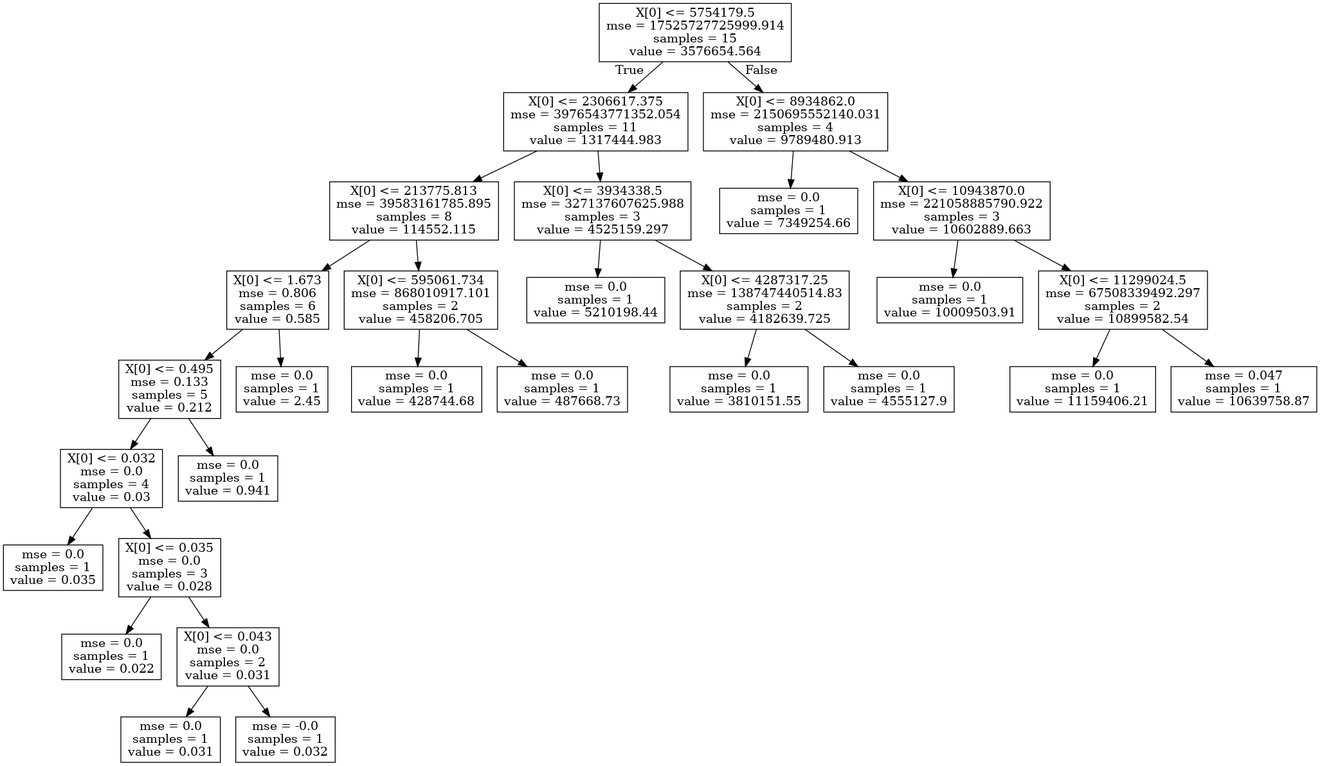
Dimitrios-Mourtzilas/Business-Strategy keeps this Graphviz diagram as dot_tree.png. Above is the earlier version. Its source is kept beside it as dot_tree.dot.
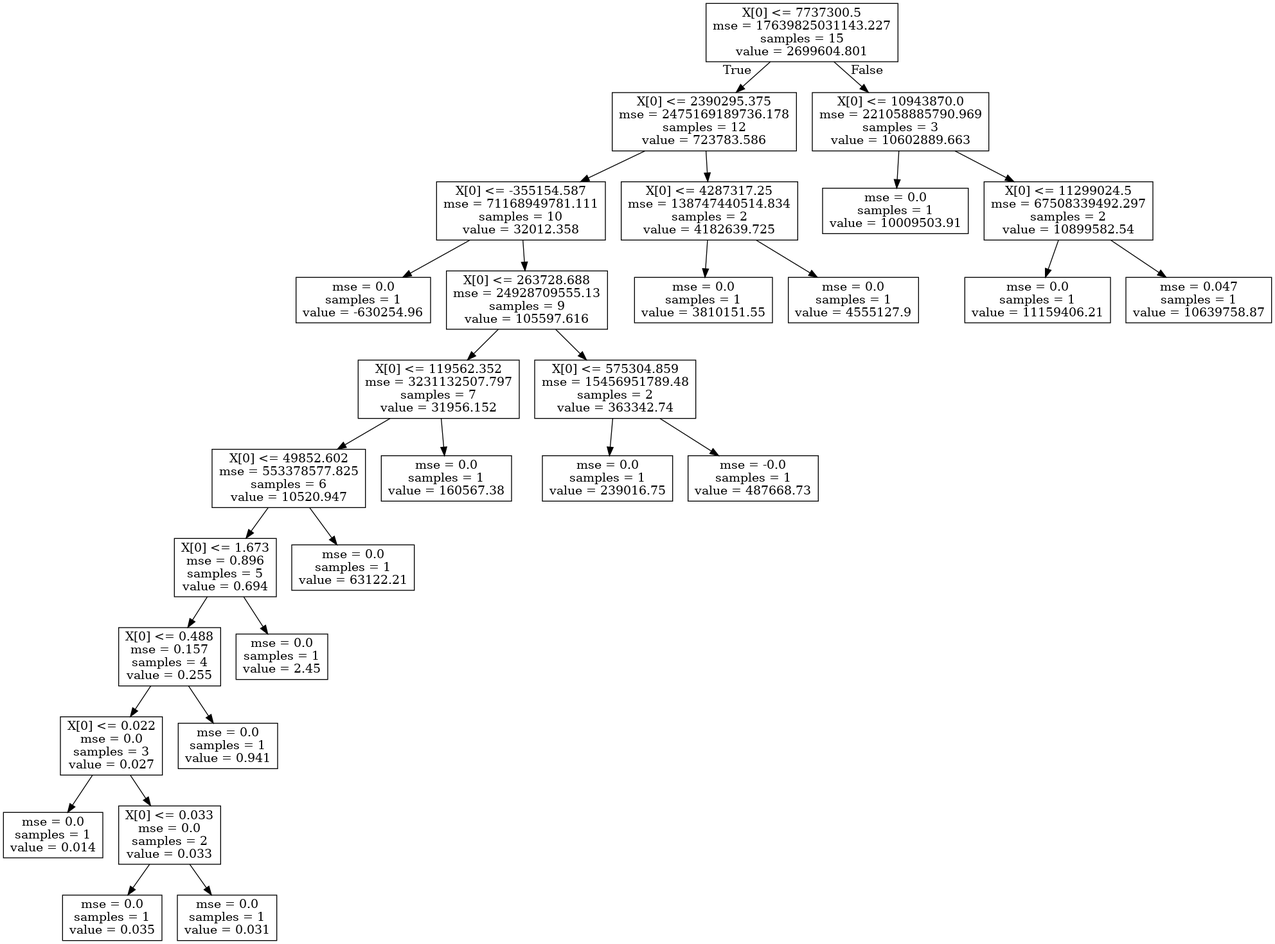
After the change.

What changed in the source:
```diff
@@ -1,54 +1,54 @@
 digraph Tree {
 node [shape=box] ;
-0 [label="X[0] <= 5754179.5\nmse = 17525727725999.914\nsamples = 15\nvalue = 3576654.564"] ;
-1 [label="X[0] <= 2306617.375\nmse = 3976543771352.054\nsamples = 11\nvalue = 1317444.983"] ;
+0 [label="X[0] <= 7737300.5\nmse = 17639825031143.227\nsamples = 15\nvalue = 2699604.801"] ;
+1 [label="X[0] <= 2390295.375\nmse = 2475169189736.178\nsamples = 12\nvalue = 723783.586"] ;
 0 -> 1 [labeldistance=2.5, labelangle=45, headlabel="True"] ;
-2 [label="X[0] <= 213775.813\nmse = 39583161785.895\nsamples = 8\nvalue = 114552.115"] ;
+2 [label="X[0] <= -355154.587\nmse = 71168949781.111\nsamples = 10\nvalue = 32012.358"] ;
 1 -> 2 ;
-3 [label="X[0] <= 1.673\nmse = 0.806\nsamples = 6\nvalue = 0.585"] ;
+3 [label="mse = 0.0\nsamples = 1\nvalue = -630254.96"] ;
 2 -> 3 ;
-4 [label="X[0] <= 0.495\nmse = 0.133\nsamples = 5\nvalue = 0.212"] ;
-3 -> 4 ;
-5 [label="X[0] <= 0.032\nmse = 0.0\nsamples = 4\nvalue = 0.03"] ;
+4 [label="X[0] <= 263728.688\nmse = 24928709555.13\nsamples = 9\nvalue = 105597.616"] ;
+2 -> 4 ;
+5 [label="X[0] <= 119562.352\nmse = 3231132507.797\nsamples = 7\nvalue = 31956.152"] ;
 4 -> 5 ;
-6 [label="mse = 0.0\nsamples = 1\nvalue = 0.035"] ;
+6 [label="X[0] <= 49852.602\nmse = 553378577.825\nsamples = 6\nvalue = 10520.947"] ;
 5 -> 6 ;
-7 [label="X[0] <= 0.035\nmse = 0.0\nsamples = 3\nvalue = 0.028"] ;
-5 -> 7 ;
-8 [label="mse = 0.0\nsamples = 1\nvalue = 0.022"] ;
+7 [label="X[0] <= 1.673\nmse = 0.896\nsamples = 5\nvalue = 0.694"] ;
+6 -> 7 ;
+8 [label="X[0] <= 0.488\nmse = 0.157\nsamples = 4\nvalue = 0.255"] ;
 7 -> 8 ;
-9 [label="X[0] <= 0.043\nmse = 0.0\nsamples = 2\nvalue = 0.031"] ;
-7 -> 9 ;
-10 [label="mse = 0.0\nsamples = 1\nvalue = 0.031"] ;
+9 [label="X[0] <= 0.022\nmse = 0.0\nsamples = 3\nvalue = 0.027"] ;
+8 -> 9 ;
+10 [label="mse = 0.0\nsamples = 1\nvalue = 0.014"] ;
 9 -> 10 ;
-11 [label="mse = -0.0\nsamples = 1\nvalue = 0.032"] ;
+11 [label="X[0] <= 0.033\nmse = 0.0\nsamples = 2\nvalue = 0.033"] ;
 9 -> 11 ;
-12 [label="mse = 0.0\nsamples = 1\nvalue = 0.941"] ;
-4 -> 12 ;
-13 [label="mse = 0.0\nsamples = 1\nvalue = 2.45"] ;
-3 -> 13 ;
-14 [label="X[0] <= 595061.734\nmse = 868010917.101\nsamples = 2\nvalue = 458206.705"] ;
-2 -> 14 ;
-15 [label="mse = 0.0\nsamples = 1\nvalue = 428744.68"] ;
-14 -> 15 ;
-16 [label="mse = 0.0\nsamples = 1\nvalue = 487668.73"] ;
-14 -> 16 ;
-17 [label="X[0] <= 3934338.5\nmse = 327137607625.988\nsamples = 3\nvalue = 4525159.297"] ;
-1 -> 17 ;
-18 [label="mse = 0.0\nsamples = 1\nvalue = 5210198.44"] ;
-17 -> 18 ;
-19 [label="X[0] <= 4287317.25\nmse = 138747440514.83\nsamples = 2\nvalue = 4182639.725"] ;
-17 -> 19 ;
-20 [label="mse = 0.0\nsamples = 1\nvalue = 3810151.55"] ;
-19 -> 20 ;
-21 [label="mse = 0.0\nsamples = 1\nvalue = 4555127.9"] ;
-19 -> 21 ;
-22 [label="X[0] <= 8934862.0\nmse = 2150695552140.031\nsamples = 4\nvalue = 9789480.913"] ;
-0 -> 22 [labeldistance=2.5, labelangle=-45, headlabel="False"] ;
-23 [label="mse = 0.0\nsamples = 1\nvalue = 7349254.66"] ;
-22 -> 23 ;
-24 [label="X[0] <= 10943870.0\nmse = 221058885790.922\nsamples = 3\nvalue = 10602889.663"] ;
-22 -> 24 ;
+12 [label="mse = 0.0\nsamples = 1\nvalue = 0.035"] ;
+11 -> 12 ;
+13 [label="mse = 0.0\nsamples = 1\nvalue = 0.031"] ;
+11 -> 13 ;
+14 [label="mse = 0.0\nsamples = 1\nvalue = 0.941"] ;
+8 -> 14 ;
+15 [label="mse = 0.0\nsamples = 1\nvalue = 2.45"] ;
+7 -> 15 ;
+16 [label="mse = 0.0\nsamples = 1\nvalue = 63122.21"] ;
+6 -> 16 ;
+17 [label="mse = 0.0\nsamples = 1\nvalue = 160567.38"] ;
+5 -> 17 ;
+18 [label="X[0] <= 575304.859\nmse = 15456951789.48\nsamples = 2\nvalue = 363342.74"] ;
+4 -> 18 ;
+19 [label="mse = 0.0\nsamples = 1\nvalue = 239016.75"] ;
+18 -> 19 ;
+20 [label="mse = -0.0\nsamples = 1\nvalue = 487668.73"] ;
+18 -> 20 ;
+21 [label="X[0] <= 4287317.25\nmse = 138747440514.834\nsamples = 2\nvalue = 4182639.725"] ;
+1 -> 21 ;
+22 [label="mse = 0.0\nsamples = 1\nvalue = 3810151.55"] ;
+21 -> 22 ;
+23 [label="mse = 0.0\nsamples = 1\nvalue = 4555127.9"] ;
+21 -> 23 ;
+24 [label="X[0] <= 10943870.0\nmse = 221058885790.969\nsamples = 3\nvalue = 10602889.663"] ;
+0 -> 24 [labeldistance=2.5, labelangle=-45, headlabel="False"] ;
 25 [label="mse = 0.0\nsamples = 1\nvalue = 10009503.91"] ;
 24 -> 25 ;
 26 [label="X[0] <= 11299024.5\nmse = 67508339492.297\nsamples = 2\nvalue = 10899582.54"] ;
```
